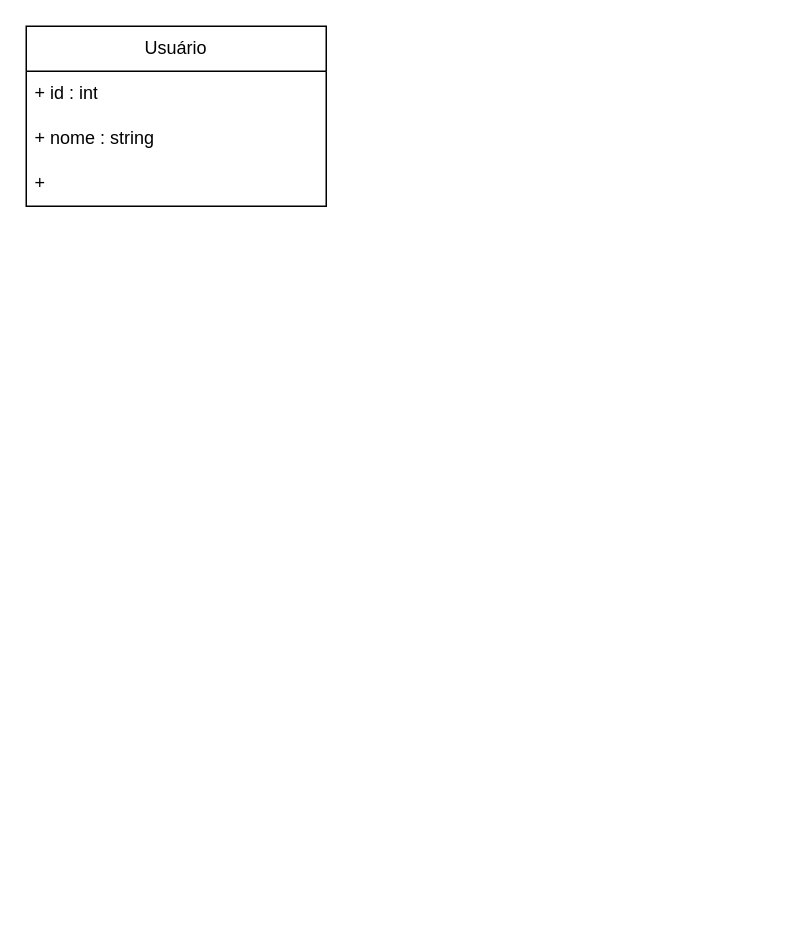
Earlier version of the draw.io diagram Atv1Tbl2.drawio (Filipe-tizz0/POO). Source tidied: cells renumbered, new cells numbered last; positions are measured from the earlier drawing's top-left corner, leaving out a move shared by most shapes. Both pictures are drawn from the tidied source at 150%, with x=0, y=0 at pixel (26, 26).
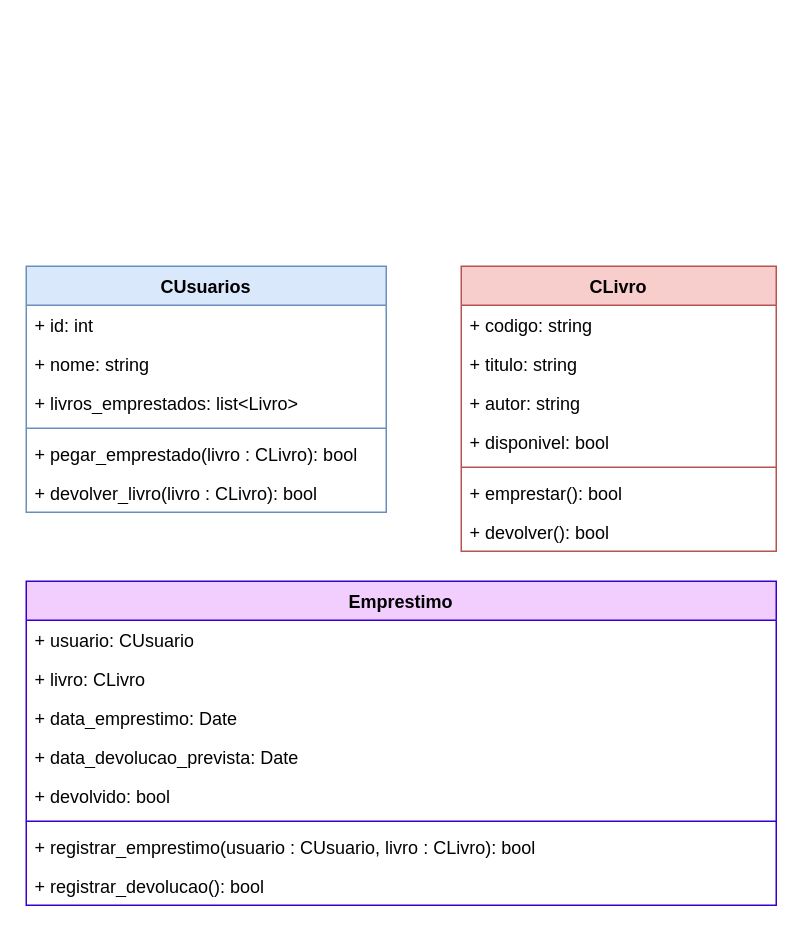
The same page after the edit.

Change to the diagram source:
```diff
@@
-<mxGraphModel>
+<mxGraphModel background="light-dark(#FFFFFF,#121212)">
@@
-    <mxCell id="2" value="Usuário" style="swimlane;fontStyle=0;horizontal=1;startSize=30;whiteSpace=wrap;html=1;" parent="1" vertex="1">
-      <mxGeometry width="200" height="120" as="geometry" />
-    </mxCell>
-    <mxCell id="3" value="+ id : int" style="text;strokeColor=none;fillColor=none;align=left;verticalAlign=middle;spacingLeft=4;spacingRight=4;overflow=hidden;whiteSpace=wrap;html=1;" parent="2" vertex="1">
-      <mxGeometry y="30" width="200" height="30" as="geometry" />
-    </mxCell>
-    <mxCell id="4" value="+ nome : string" style="text;strokeColor=none;fillColor=none;align=left;verticalAlign=middle;spacingLeft=4;spacingRight=4;overflow=hidden;whiteSpace=wrap;html=1;" parent="2" vertex="1">
-      <mxGeometry y="60" width="200" height="30" as="geometry" />
-    </mxCell>
-    <mxCell id="5" value="+&amp;nbsp;" style="text;strokeColor=none;fillColor=none;align=left;verticalAlign=middle;spacingLeft=4;spacingRight=4;overflow=hidden;whiteSpace=wrap;html=1;" parent="2" vertex="1">
-      <mxGeometry y="90" width="200" height="30" as="geometry" />
-    </mxCell>
+    <mxCell id="6" value="CUsuarios" style="swimlane;fontStyle=1;align=center;verticalAlign=top;horizontal=1;startSize=26;whiteSpace=wrap;html=1;swimlaneFillColor=none;fillStyle=auto;fillColor=#dae8fc;strokeColor=#6c8ebf;glass=0;rounded=0;shadow=0;labelBackgroundColor=none;gradientColor=none;" parent="1" vertex="1">
+      <mxGeometry y="160" width="240" height="164" as="geometry" />
+    </mxCell>
+    <mxCell id="7" value="+ id: int&lt;div&gt;&lt;br&gt;&lt;/div&gt;" style="text;strokeColor=none;fillColor=none;align=left;verticalAlign=top;spacingLeft=4;spacingRight=4;overflow=hidden;whiteSpace=wrap;html=1;" parent="6" vertex="1">
+      <mxGeometry y="26" width="240" height="26" as="geometry" />
+    </mxCell>
+    <mxCell id="8" value="+ nome: string" style="text;strokeColor=none;fillColor=none;align=left;verticalAlign=top;spacingLeft=4;spacingRight=4;overflow=hidden;whiteSpace=wrap;html=1;" parent="6" vertex="1">
+      <mxGeometry y="52" width="240" height="26" as="geometry" />
+    </mxCell>
+    <mxCell id="9" value="+ livros_emprestados: list&amp;lt;Livro&amp;gt;" style="text;strokeColor=none;fillColor=none;align=left;verticalAlign=top;spacingLeft=4;spacingRight=4;overflow=hidden;points=[[0,0.5],[1,0.5]];portConstraint=eastwest;whiteSpace=wrap;html=1;labelBackgroundColor=none;fontColor=default;textShadow=0;" parent="6" vertex="1">
+      <mxGeometry y="78" width="240" height="26" as="geometry" />
+    </mxCell>
+    <mxCell id="10" style="line;strokeWidth=1;fillColor=none;align=left;verticalAlign=middle;spacingTop=-1;spacingLeft=3;spacingRight=3;labelPosition=right;strokeColor=inherit;" parent="6" vertex="1">
+      <mxGeometry y="104" width="240" height="8" as="geometry" />
+    </mxCell>
+    <mxCell id="11" value="+ pegar_emprestado(livro : CLivro): bool" style="text;strokeColor=none;fillColor=none;align=left;verticalAlign=top;spacingLeft=4;spacingRight=4;overflow=hidden;whiteSpace=wrap;html=1;" parent="6" vertex="1">
+      <mxGeometry y="112" width="240" height="26" as="geometry" />
+    </mxCell>
+    <mxCell id="12" value="+ devolver_livro(livro : CLivro): bool" style="text;strokeColor=none;fillColor=none;align=left;verticalAlign=top;spacingLeft=4;spacingRight=4;overflow=hidden;whiteSpace=wrap;html=1;" parent="6" vertex="1">
+      <mxGeometry y="138" width="240" height="26" as="geometry" />
+    </mxCell>
+    <mxCell id="13" style="edgeStyle=orthogonalEdgeStyle;rounded=0;orthogonalLoop=1;jettySize=auto;html=1;exitX=1;exitY=0.5;exitDx=0;exitDy=0;" parent="6" edge="1" source="9" target="9">
+      <mxGeometry relative="1" as="geometry" />
+    </mxCell>
+    <mxCell id="14" value="CLivro" style="swimlane;fontStyle=1;align=center;verticalAlign=top;horizontal=1;startSize=26;whiteSpace=wrap;html=1;fillColor=#f8cecc;strokeColor=#b85450;rounded=0;" parent="1" vertex="1">
+      <mxGeometry x="290" y="160" width="210" height="190" as="geometry" />
+    </mxCell>
+    <mxCell id="15" value="+ codigo: string" style="text;strokeColor=none;fillColor=none;align=left;verticalAlign=top;spacingLeft=4;spacingRight=4;overflow=hidden;whiteSpace=wrap;html=1;" parent="14" vertex="1">
+      <mxGeometry y="26" width="210" height="26" as="geometry" />
+    </mxCell>
+    <mxCell id="16" value="+ titulo: string" style="text;strokeColor=none;fillColor=none;align=left;verticalAlign=top;spacingLeft=4;spacingRight=4;overflow=hidden;whiteSpace=wrap;html=1;" parent="14" vertex="1">
+      <mxGeometry y="52" width="210" height="26" as="geometry" />
+    </mxCell>
+    <mxCell id="17" value="+ autor: string" style="text;strokeColor=none;fillColor=none;align=left;verticalAlign=top;spacingLeft=4;spacingRight=4;overflow=hidden;whiteSpace=wrap;html=1;" parent="14" vertex="1">
+      <mxGeometry y="78" width="210" height="26" as="geometry" />
+    </mxCell>
+    <mxCell id="18" value="+ disponivel&lt;span style=&quot;background-color: transparent; color: light-dark(rgb(0, 0, 0), rgb(255, 255, 255));&quot;&gt;: bool&lt;/span&gt;" style="text;strokeColor=none;fillColor=none;align=left;verticalAlign=top;spacingLeft=4;spacingRight=4;overflow=hidden;whiteSpace=wrap;html=1;" parent="14" vertex="1">
+      <mxGeometry y="104" width="210" height="26" as="geometry" />
+    </mxCell>
+    <mxCell id="19" style="line;strokeWidth=1;fillColor=none;align=left;verticalAlign=middle;spacingTop=-1;spacingLeft=3;spacingRight=3;labelPosition=right;strokeColor=inherit;" parent="14" vertex="1">
+      <mxGeometry y="130" width="210" height="8" as="geometry" />
+    </mxCell>
+    <mxCell id="20" value="+ emprestar(): bool" style="text;strokeColor=none;fillColor=none;align=left;verticalAlign=top;spacingLeft=4;spacingRight=4;overflow=hidden;whiteSpace=wrap;html=1;" parent="14" vertex="1">
+      <mxGeometry y="138" width="210" height="26" as="geometry" />
+    </mxCell>
+    <mxCell id="21" value="+ devolver(): bool" style="text;strokeColor=none;fillColor=none;align=left;verticalAlign=top;spacingLeft=4;spacingRight=4;overflow=hidden;whiteSpace=wrap;html=1;" parent="14" vertex="1">
+      <mxGeometry y="164" width="210" height="26" as="geometry" />
+    </mxCell>
+    <mxCell id="22" value="Emprestimo" style="swimlane;fontStyle=1;align=center;verticalAlign=top;horizontal=1;startSize=26;whiteSpace=wrap;html=1;fillColor=#F2CEFF;strokeColor=#3700CC;fontColor=#000000;" parent="1" vertex="1">
+      <mxGeometry y="370" width="500" height="216" as="geometry" />
+    </mxCell>
+    <mxCell id="23" value="+ usuario: CUsuario" style="text;strokeColor=none;fillColor=none;align=left;verticalAlign=top;spacingLeft=4;spacingRight=4;overflow=hidden;whiteSpace=wrap;html=1;" parent="22" vertex="1">
+      <mxGeometry y="26" width="500" height="26" as="geometry" />
+    </mxCell>
+    <mxCell id="24" value="+ livro: CLivro" style="text;strokeColor=none;fillColor=none;align=left;verticalAlign=top;spacingLeft=4;spacingRight=4;overflow=hidden;whiteSpace=wrap;html=1;" parent="22" vertex="1">
+      <mxGeometry y="52" width="500" height="26" as="geometry" />
+    </mxCell>
+    <mxCell id="25" value="+ data_emprestimo: Date" style="text;strokeColor=none;fillColor=none;align=left;verticalAlign=top;spacingLeft=4;spacingRight=4;overflow=hidden;whiteSpace=wrap;html=1;" parent="22" vertex="1">
+      <mxGeometry y="78" width="500" height="26" as="geometry" />
+    </mxCell>
+    <mxCell id="26" value="+ data_devolucao_prevista: Date" style="text;strokeColor=none;fillColor=none;align=left;verticalAlign=top;spacingLeft=4;spacingRight=4;overflow=hidden;whiteSpace=wrap;html=1;" parent="22" vertex="1">
+      <mxGeometry y="104" width="500" height="26" as="geometry" />
+    </mxCell>
+    <mxCell id="27" value="+ devolvido: bool" style="text;strokeColor=none;fillColor=none;align=left;verticalAlign=top;spacingLeft=4;spacingRight=4;overflow=hidden;whiteSpace=wrap;html=1;" parent="22" vertex="1">
+      <mxGeometry y="130" width="500" height="26" as="geometry" />
+    </mxCell>
+    <mxCell id="28" style="line;strokeWidth=1;fillColor=none;align=left;verticalAlign=middle;spacingTop=-1;spacingLeft=3;spacingRight=3;labelPosition=right;strokeColor=inherit;" parent="22" vertex="1">
+      <mxGeometry y="156" width="500" height="8" as="geometry" />
+    </mxCell>
+    <mxCell id="29" value="+ registrar_emprestimo(usuario : CUsuario, livro : CLivro): bool" style="text;strokeColor=none;fillColor=none;align=left;verticalAlign=top;spacingLeft=4;spacingRight=4;overflow=hidden;whiteSpace=wrap;html=1;" parent="22" vertex="1">
+      <mxGeometry y="164" width="500" height="26" as="geometry" />
+    </mxCell>
+    <mxCell id="30" value="+ registrar_devolucao(): bool" style="text;strokeColor=none;fillColor=none;align=left;verticalAlign=top;spacingLeft=4;spacingRight=4;overflow=hidden;whiteSpace=wrap;html=1;" parent="22" vertex="1">
+      <mxGeometry y="190" width="500" height="26" as="geometry" />
+    </mxCell>
```
